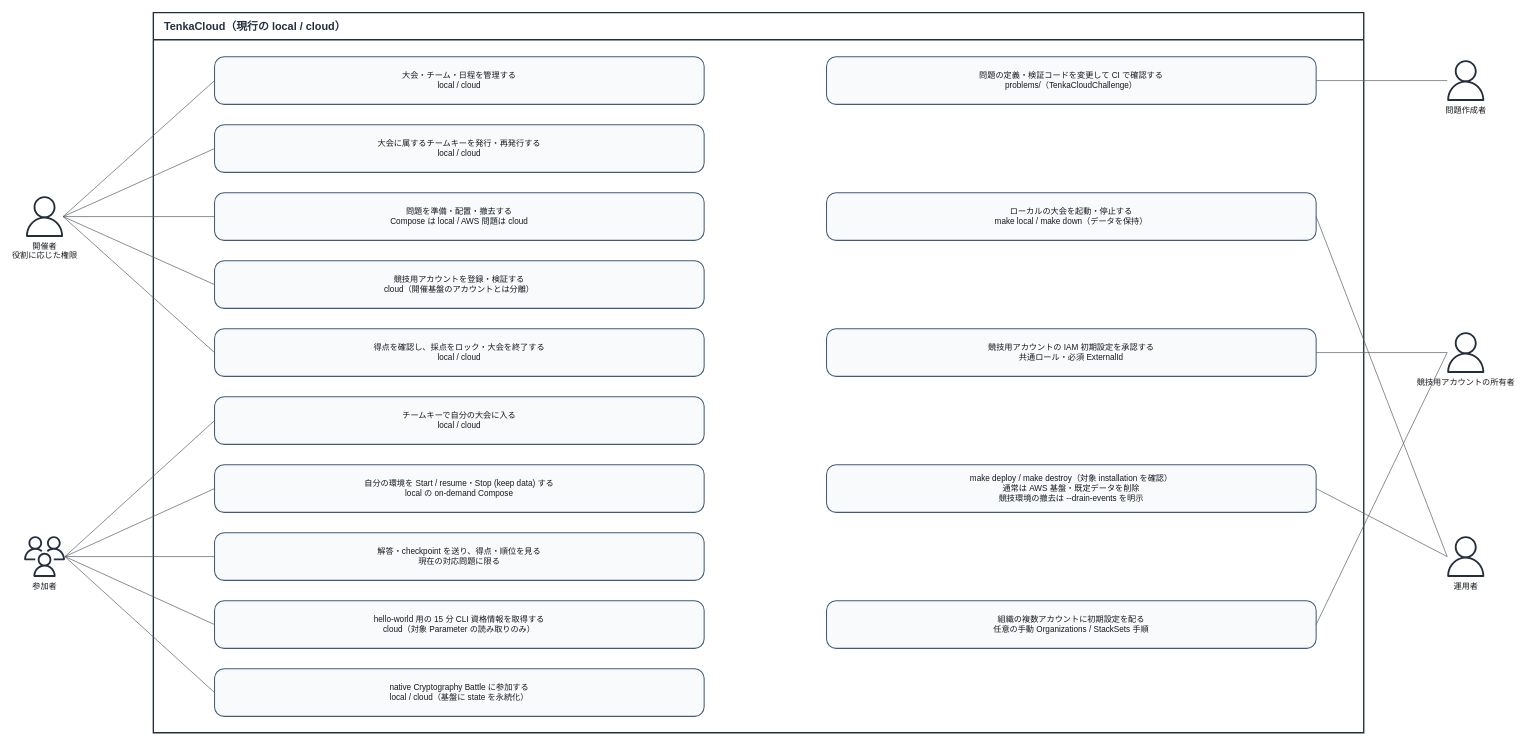
The draw.io diagram page "04 現行のユースケース" (4 of 5) of docs/architecture/diagrams/system-architecture.drawio in susumutomita/TenkaCloud, before the edit. Source tidied: cells renumbered, new cells numbered last; positions are measured from the earlier drawing's top-left corner, leaving out a move shared by most shapes. Both pictures are drawn from the tidied source at 68%, with x=0, y=0 at pixel (24, 12).
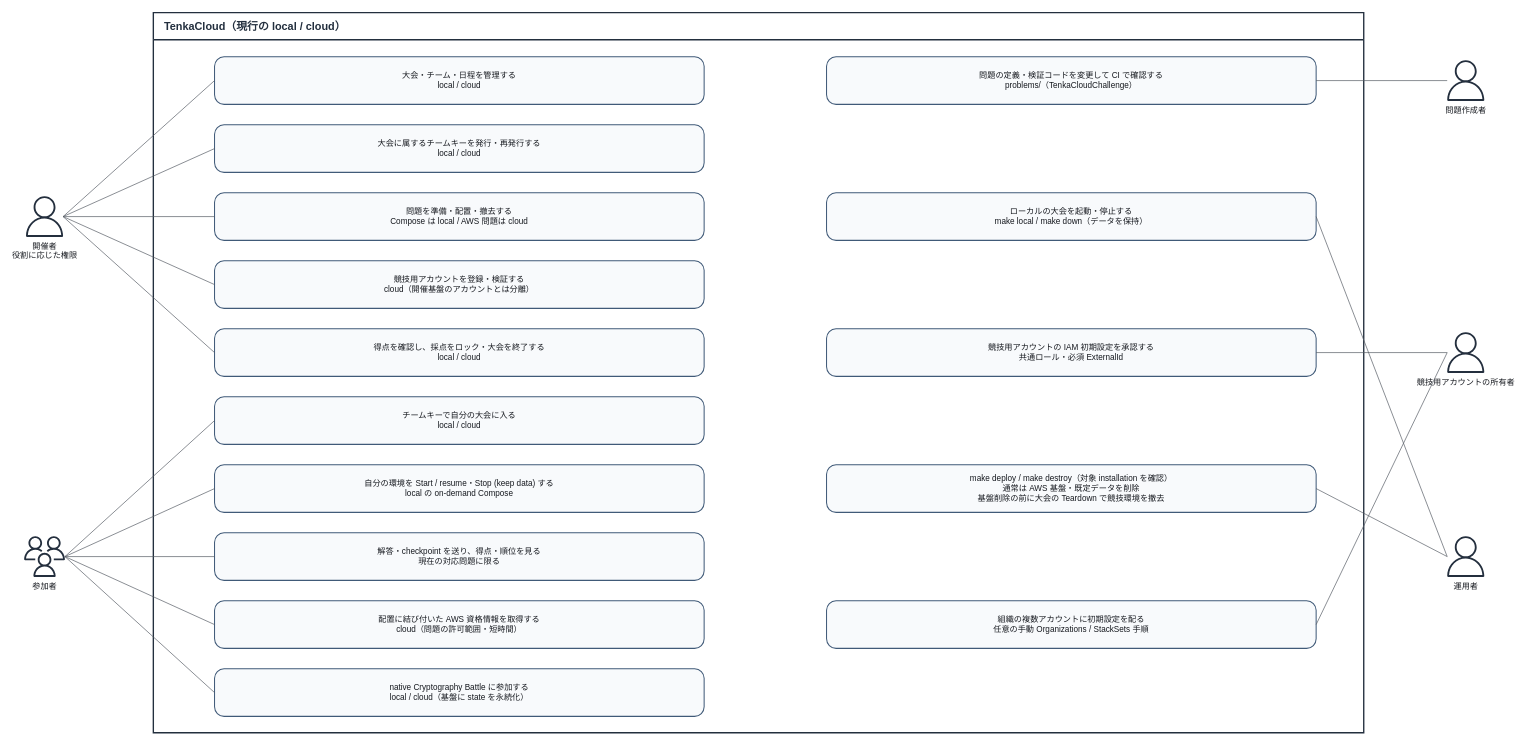
The same page after the edit.

The change refers to these unchanged cells:
```xml
<mxCell id="2" value="TenkaCloud（現行の local / cloud）" style="swimlane;horizontal=1;startSize=40;rounded=0;whiteSpace=wrap;html=1;fillColor=#FFFFFF;strokeColor=#232F3E;strokeWidth=2;dashed=0;fontSize=16;fontStyle=1;fontColor=#232F3E;align=left;spacingLeft=14;" parent="1" vertex="1">
  <mxGeometry x="190" width="1780" height="1059" as="geometry" />
</mxCell>
```

What changed in the source:
```diff
@@
-    <mxCell id="16" value="hello-world 用の 15 分 CLI 資格情報を取得する&#10;cloud（対象 Parameter の読み取りのみ）" style="rounded=1;arcSize=20;whiteSpace=wrap;html=1;fillColor=#F8FAFC;strokeColor=#405A78;strokeWidth=1.5;fontColor=#16191F;fontSize=12;align=center;verticalAlign=middle;" parent="2" vertex="1">
+    <mxCell id="16" value="配置に結び付いた AWS 資格情報を取得する&#10;cloud（問題の許可範囲・短時間）" style="rounded=1;arcSize=20;whiteSpace=wrap;html=1;fillColor=#F8FAFC;strokeColor=#405A78;strokeWidth=1.5;fontColor=#16191F;fontSize=12;align=center;verticalAlign=middle;" parent="2" vertex="1">
       <mxGeometry x="90" y="865" width="720" height="70" as="geometry" />
     </mxCell>
@@
-    <mxCell id="21" value="make deploy / make destroy（対象 installation を確認）&#10;通常は AWS 基盤・既定データを削除&#10;競技環境の撤去は --drain-events を明示" style="rounded=1;arcSize=20;whiteSpace=wrap;html=1;fillColor=#F8FAFC;strokeColor=#405A78;strokeWidth=1.5;fontColor=#16191F;fontSize=12;align=center;verticalAlign=middle;" parent="2" vertex="1">
+    <mxCell id="21" value="make deploy / make destroy（対象 installation を確認）&#10;通常は AWS 基盤・既定データを削除&#10;基盤削除の前に大会の Teardown で競技環境を撤去" style="rounded=1;arcSize=20;whiteSpace=wrap;html=1;fillColor=#F8FAFC;strokeColor=#405A78;strokeWidth=1.5;fontColor=#16191F;fontSize=12;align=center;verticalAlign=middle;" parent="2" vertex="1">
       <mxGeometry x="990" y="665" width="720" height="70" as="geometry" />
     </mxCell>
```
